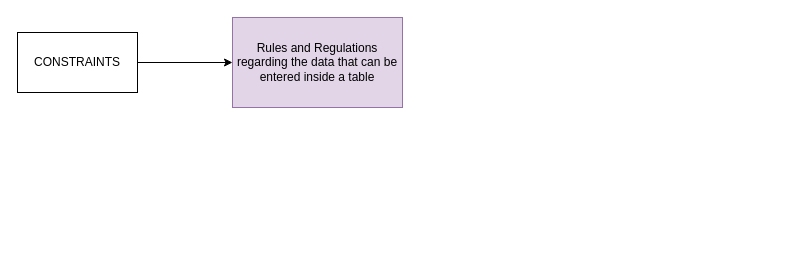
Before: page "CONSTRAINTS" (3 of 3) of mysql/sql.drawio in aukokyong/jfs-master, a draw.io diagram. Source tidied: cells renumbered, new cells numbered last; positions are measured from the earlier drawing's top-left corner, leaving out a move shared by most shapes. Both pictures are drawn from the tidied source at 100%, with x=0, y=0 at pixel (17, 17).
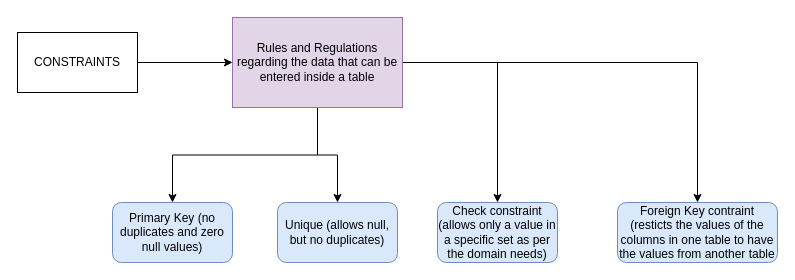
Above is the later version.

What changed in the source:
```diff
@@
 <mxGraphModel>
   <root>
     <mxCell id="0" />
     <mxCell id="1" parent="0" />
     <mxCell id="2" style="edgeStyle=orthogonalEdgeStyle;rounded=0;jettySize=auto;html=1;" parent="1" edge="1" source="3" target="4">
       <mxGeometry relative="1" as="geometry" />
     </mxCell>
     <mxCell id="3" value="CONSTRAINTS" style="rounded=0;whiteSpace=wrap;html=1;" parent="1" vertex="1">
       <mxGeometry y="15" width="120" height="60" as="geometry" />
     </mxCell>
+    <mxCell id="5" style="edgeStyle=orthogonalEdgeStyle;rounded=0;jettySize=auto;html=1;" parent="1" edge="1" source="4" target="10">
+      <mxGeometry relative="1" as="geometry" />
+    </mxCell>
+    <mxCell id="6" style="edgeStyle=orthogonalEdgeStyle;rounded=0;jettySize=auto;html=1;entryX=0.5;entryY=0;entryDx=0;entryDy=0;" parent="1" edge="1" source="4" target="9">
+      <mxGeometry relative="1" as="geometry" />
+    </mxCell>
+    <mxCell id="7" style="edgeStyle=orthogonalEdgeStyle;rounded=0;jettySize=auto;html=1;" parent="1" edge="1" source="4" target="11">
+      <mxGeometry relative="1" as="geometry" />
+    </mxCell>
+    <mxCell id="8" style="edgeStyle=orthogonalEdgeStyle;rounded=0;jettySize=auto;html=1;entryX=0.5;entryY=0;entryDx=0;entryDy=0;" parent="1" edge="1" source="4" target="12">
+      <mxGeometry relative="1" as="geometry" />
+    </mxCell>
     <mxCell id="4" value="Rules and Regulations regarding the data that can be entered inside a table&lt;br&gt;" style="rounded=0;whiteSpace=wrap;html=1;fillColor=#e1d5e7;strokeColor=#9673a6;" parent="1" vertex="1">
       <mxGeometry x="215" width="170" height="90" as="geometry" />
     </mxCell>
+    <mxCell id="9" value="Unique (allows null, but no duplicates)" style="rounded=1;whiteSpace=wrap;html=1;fillColor=#dae8fc;strokeColor=#6c8ebf;" parent="1" vertex="1">
+      <mxGeometry x="260" y="185" width="120" height="60" as="geometry" />
+    </mxCell>
+    <mxCell id="10" value="&lt;span&gt;Primary Key (no duplicates and zero null values)&lt;/span&gt;" style="rounded=1;whiteSpace=wrap;html=1;fillColor=#dae8fc;strokeColor=#6c8ebf;" parent="1" vertex="1">
+      <mxGeometry x="95" y="185" width="120" height="60" as="geometry" />
+    </mxCell>
+    <mxCell id="11" value="Check constraint (allows only a value in a specific set as per the domain needs)" style="rounded=1;whiteSpace=wrap;html=1;fillColor=#dae8fc;strokeColor=#6c8ebf;" parent="1" vertex="1">
+      <mxGeometry x="420" y="185" width="120" height="60" as="geometry" />
+    </mxCell>
+    <mxCell id="12" value="Foreign Key contraint (resticts the values of the columns in one table to have the values from another table" style="rounded=1;whiteSpace=wrap;html=1;fillColor=#dae8fc;strokeColor=#6c8ebf;" parent="1" vertex="1">
+      <mxGeometry x="600" y="185" width="160" height="60" as="geometry" />
+    </mxCell>
   </root>
 </mxGraphModel>
```
